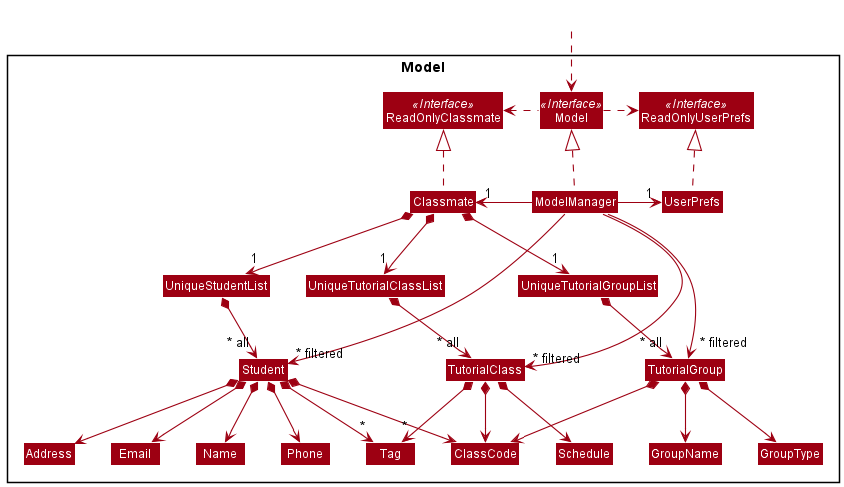
nus-cs2103-AY2122S1/tp keeps this PlantUML diagram as docs/diagrams/ModelClassDiagram.png. Above is the earlier version.
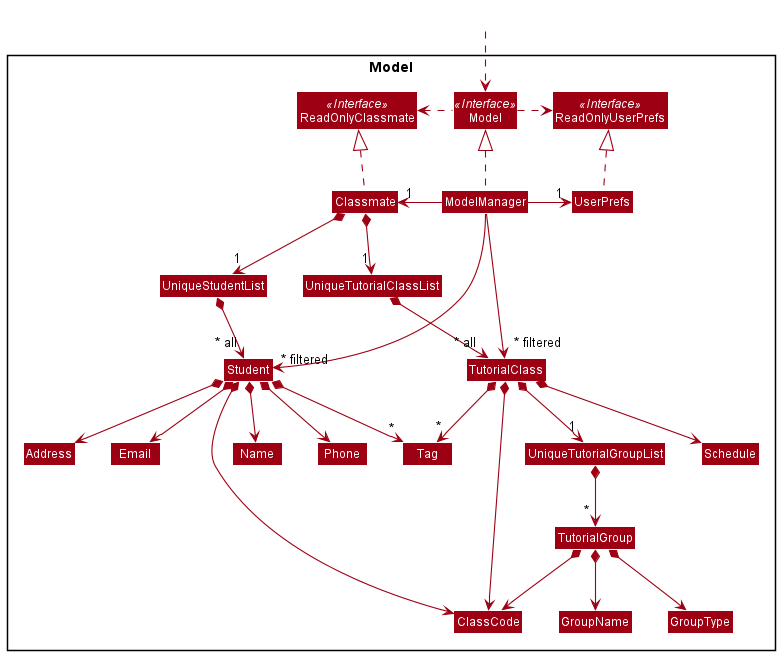
Above is the later version.

Commit message:
Update DG and sequence diagram

Diff of the diagram source:
```diff
@@ -48,10 +48,10 @@
 
 Classmate *--> "1" UniqueStudentList
 Classmate *--> "1" UniqueTutorialClassList
-Classmate *--> "1" UniqueTutorialGroupList
+TutorialClass *--> "1" UniqueTutorialGroupList
 UniqueStudentList *-down-> "~* all" Student
 UniqueTutorialClassList *-down-> "~* all" TutorialClass
-UniqueTutorialGroupList *-down-> "~* all" TutorialGroup
+UniqueTutorialGroupList *-down-> "~* " TutorialGroup
 Student *--> Name
 Student *--> Phone
 Student *--> Email
@@ -71,5 +71,4 @@
 
 ModelManager -->"~* filtered" Student
 ModelManager -->"~* filtered" TutorialClass
-ModelManager --->"~* filtered" TutorialGroup
 @enduml
```
